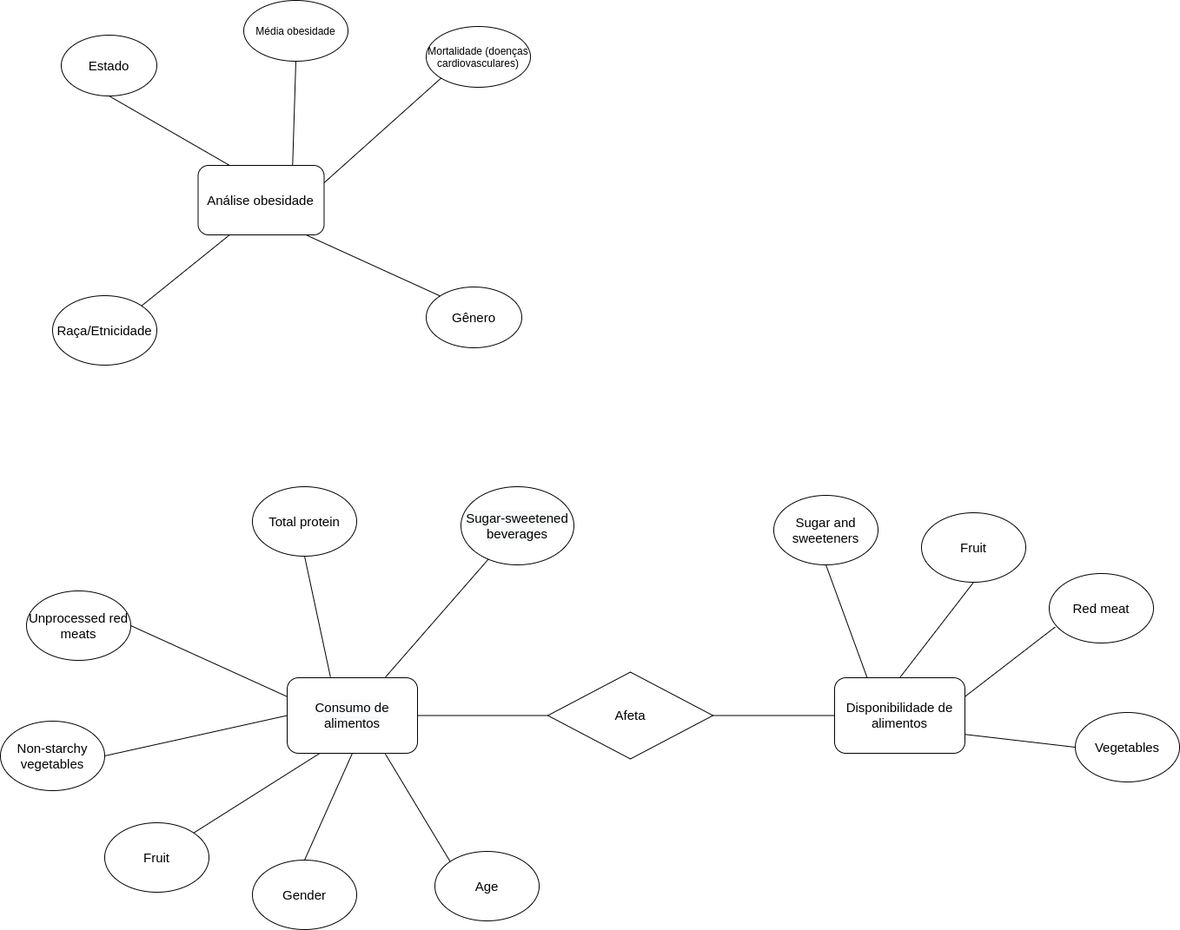
The draw.io diagram stage03/images/modelosConceituais.png in MatheusCod/Kinda_SUS-MC536_2s2020, before a commit. Source tidied: cells renumbered, new cells last; positions are measured from the earlier drawing's top-left corner, leaving out a move shared by most shapes.
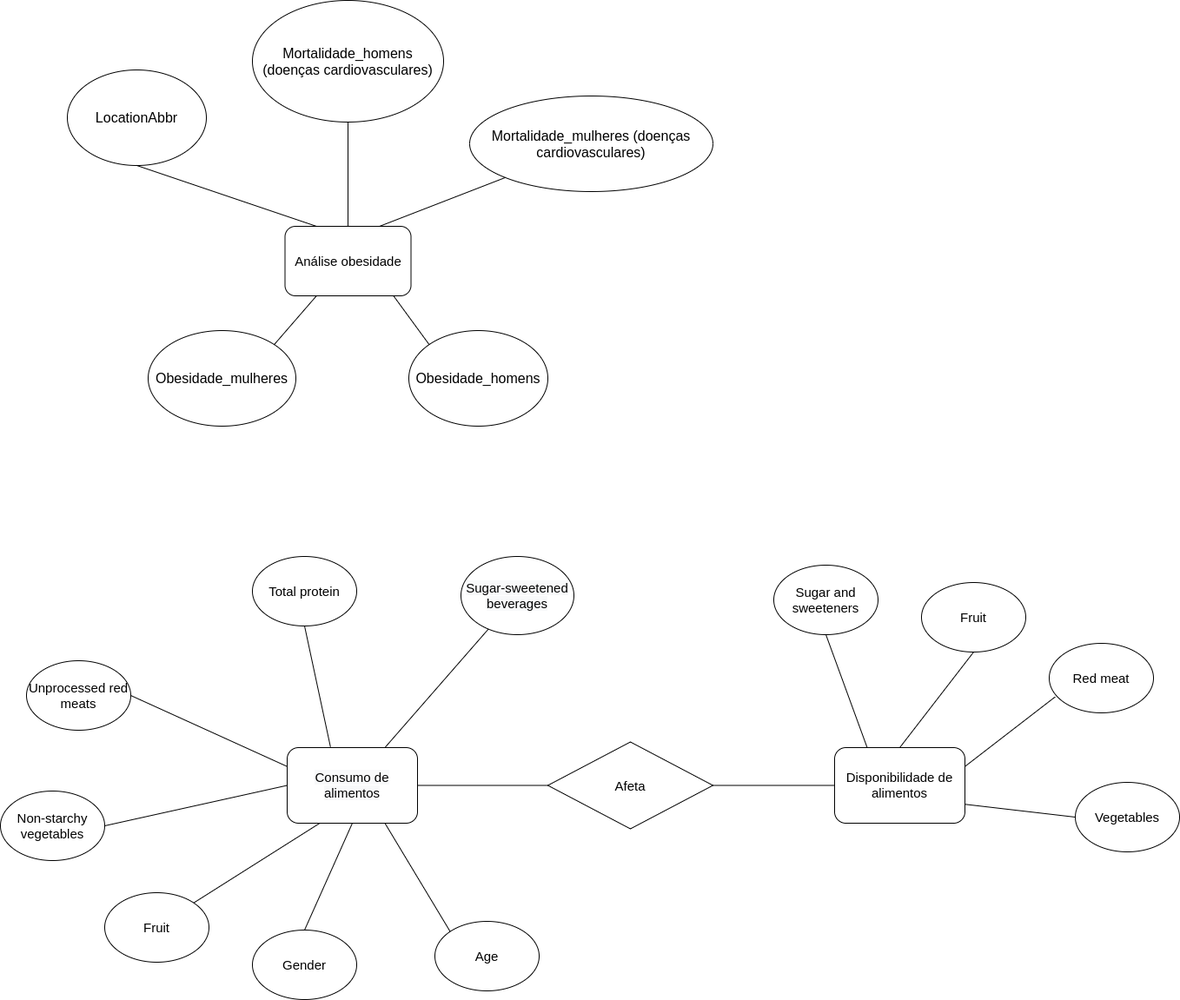
Above is the later version.

Change to the diagram source:
```diff
@@ -2,22 +2,22 @@
   <root>
     <mxCell id="0" />
     <mxCell id="1" parent="0" />
-    <mxCell id="2" value="Mortalidade (doenças cardiovasculares)" style="ellipse;whiteSpace=wrap;html=1;" parent="1" vertex="1">
-      <mxGeometry x="490" y="30" width="120" height="70" as="geometry" />
+    <mxCell id="2" value="&lt;span id=&quot;docs-internal-guid-1b3a45b1-7fff-46c9-34be-5d5303e2dd7b&quot; style=&quot;text-align: left&quot;&gt;&lt;span style=&quot;font-size: 12pt ; font-family: &amp;#34;arial&amp;#34; ; background-color: transparent ; vertical-align: baseline&quot;&gt;Mortalidade_mulheres&amp;nbsp;&lt;/span&gt;&lt;/span&gt;&lt;span style=&quot;font-family: &amp;#34;arial&amp;#34; ; font-size: 16px ; text-align: left&quot;&gt;(doenças cardiovasculares)&lt;/span&gt;" style="ellipse;whiteSpace=wrap;html=1;" parent="1" vertex="1">
+      <mxGeometry x="540" y="30" width="280" height="110" as="geometry" />
     </mxCell>
-    <mxCell id="3" value="&lt;font style=&quot;font-size: 15px&quot;&gt;Estado&lt;/font&gt;" style="ellipse;whiteSpace=wrap;html=1;" parent="1" vertex="1">
-      <mxGeometry x="70" y="40" width="110" height="70" as="geometry" />
+    <mxCell id="3" value="&lt;span id=&quot;docs-internal-guid-1b3a45b1-7fff-46c9-34be-5d5303e2dd7b&quot; style=&quot;text-align: left&quot;&gt;&lt;span style=&quot;font-size: 12pt ; font-family: &amp;#34;arial&amp;#34; ; background-color: transparent ; vertical-align: baseline&quot;&gt;LocationAbbr&lt;/span&gt;&lt;/span&gt;" style="ellipse;whiteSpace=wrap;html=1;" parent="1" vertex="1">
+      <mxGeometry x="77" width="160" height="110" as="geometry" />
     </mxCell>
-    <mxCell id="4" value="&lt;font style=&quot;font-size: 15px&quot;&gt;Raça/Etnicidade&lt;/font&gt;" style="ellipse;whiteSpace=wrap;html=1;" parent="1" vertex="1">
-      <mxGeometry x="60" y="340" width="120" height="80" as="geometry" />
+    <mxCell id="4" value="&lt;span id=&quot;docs-internal-guid-1b3a45b1-7fff-46c9-34be-5d5303e2dd7b&quot; style=&quot;text-align: left&quot;&gt;&lt;span style=&quot;font-size: 12pt ; font-family: &amp;#34;arial&amp;#34; ; background-color: transparent ; vertical-align: baseline&quot;&gt;Obesidade_mulheres&lt;/span&gt;&lt;/span&gt;" style="ellipse;whiteSpace=wrap;html=1;" parent="1" vertex="1">
+      <mxGeometry x="170" y="300" width="170" height="110" as="geometry" />
     </mxCell>
-    <mxCell id="5" value="&lt;font style=&quot;font-size: 15px&quot;&gt;Gênero&lt;/font&gt;" style="ellipse;whiteSpace=wrap;html=1;" parent="1" vertex="1">
-      <mxGeometry x="490" y="330" width="110" height="70" as="geometry" />
+    <mxCell id="5" value="&lt;span id=&quot;docs-internal-guid-1b3a45b1-7fff-46c9-34be-5d5303e2dd7b&quot; style=&quot;text-align: left&quot;&gt;&lt;span style=&quot;font-size: 12pt ; font-family: &amp;#34;arial&amp;#34; ; background-color: transparent ; vertical-align: baseline&quot;&gt;Obesidade_homens&lt;/span&gt;&lt;/span&gt;" style="ellipse;whiteSpace=wrap;html=1;" parent="1" vertex="1">
+      <mxGeometry x="470" y="300" width="160" height="110" as="geometry" />
     </mxCell>
     <mxCell id="6" style="endArrow=none;html=1;entryX=0.5;entryY=1;entryDx=0;entryDy=0;exitX=0.25;exitY=0;exitDx=0;exitDy=0;" parent="1" edge="1" source="24" target="3">
       <mxGeometry relative="1" as="geometry" />
     </mxCell>
-    <mxCell id="7" style="endArrow=none;html=1;entryX=1;entryY=0.25;entryDx=0;entryDy=0;exitX=0;exitY=1;exitDx=0;exitDy=0;" parent="1" edge="1" source="2" target="24">
+    <mxCell id="7" style="endArrow=none;html=1;entryX=0.75;entryY=0;entryDx=0;entryDy=0;exitX=0;exitY=1;exitDx=0;exitDy=0;" parent="1" edge="1" source="2" target="24">
       <mxGeometry relative="1" as="geometry" />
     </mxCell>
     <mxCell id="8" style="endArrow=none;html=1;entryX=0.864;entryY=1.007;entryDx=0;entryDy=0;exitX=0;exitY=0;exitDx=0;exitDy=0;entryPerimeter=0;" parent="1" edge="1" source="5" target="24">
@@ -69,7 +69,7 @@
       <mxGeometry relative="1" as="geometry" />
     </mxCell>
     <mxCell id="24" value="&lt;font style=&quot;font-size: 15px&quot;&gt;Análise obesidade&lt;/font&gt;" style="rounded=1;whiteSpace=wrap;html=1;" parent="1" vertex="1">
-      <mxGeometry x="227.5" y="190" width="145" height="80" as="geometry" />
+      <mxGeometry x="327.5" y="180" width="145" height="80" as="geometry" />
     </mxCell>
     <mxCell id="25" value="&lt;font style=&quot;font-size: 15px&quot;&gt;Disponibilidade de alimentos&lt;/font&gt;" style="rounded=1;whiteSpace=wrap;html=1;" parent="1" vertex="1">
       <mxGeometry x="960" y="780" width="150" height="87" as="geometry" />
@@ -112,10 +112,10 @@
     <mxCell id="37" style="endArrow=none;html=1;entryX=1;entryY=0.5;entryDx=0;entryDy=0;exitX=0;exitY=0.5;exitDx=0;exitDy=0;" parent="1" edge="1" source="25" target="35">
       <mxGeometry relative="1" as="geometry" />
     </mxCell>
-    <mxCell id="38" value="Média obesidade" style="ellipse;whiteSpace=wrap;html=1;" parent="1" vertex="1">
-      <mxGeometry x="280" width="120" height="70" as="geometry" />
+    <mxCell id="38" value="&lt;span id=&quot;docs-internal-guid-1b3a45b1-7fff-46c9-34be-5d5303e2dd7b&quot; style=&quot;text-align: left&quot;&gt;&lt;span style=&quot;font-size: 12pt ; font-family: &amp;#34;arial&amp;#34; ; background-color: transparent ; vertical-align: baseline&quot;&gt;Mortalidade_homens (doenças cardiovasculares)&lt;/span&gt;&lt;/span&gt;" style="ellipse;whiteSpace=wrap;html=1;" parent="1" vertex="1">
+      <mxGeometry x="290" y="-80" width="220" height="140" as="geometry" />
     </mxCell>
-    <mxCell id="39" style="endArrow=none;html=1;entryX=0.75;entryY=0;entryDx=0;entryDy=0;exitX=0.5;exitY=1;exitDx=0;exitDy=0;" parent="1" edge="1" source="38" target="24">
+    <mxCell id="39" style="endArrow=none;html=1;entryX=0.5;entryY=0;entryDx=0;entryDy=0;exitX=0.5;exitY=1;exitDx=0;exitDy=0;" parent="1" edge="1" source="38" target="24">
       <mxGeometry relative="1" as="geometry" />
     </mxCell>
   </root>
```
